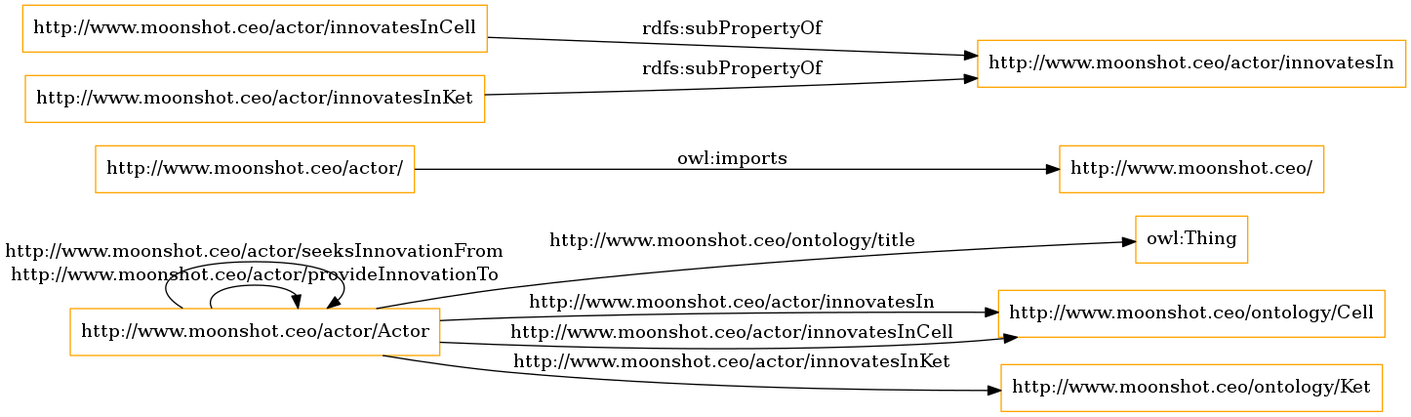
oeg-upm/IEBrain keeps this Graphviz diagram as OnToology/iebrain-actor.owl/diagrams/ar2dtool-class/iebrain-actor.owl.png. Above is the earlier version. Its source is kept beside it as OnToology/iebrain-actor.owl/diagrams/ar2dtool-class/iebrain-actor.owl.png.dot.
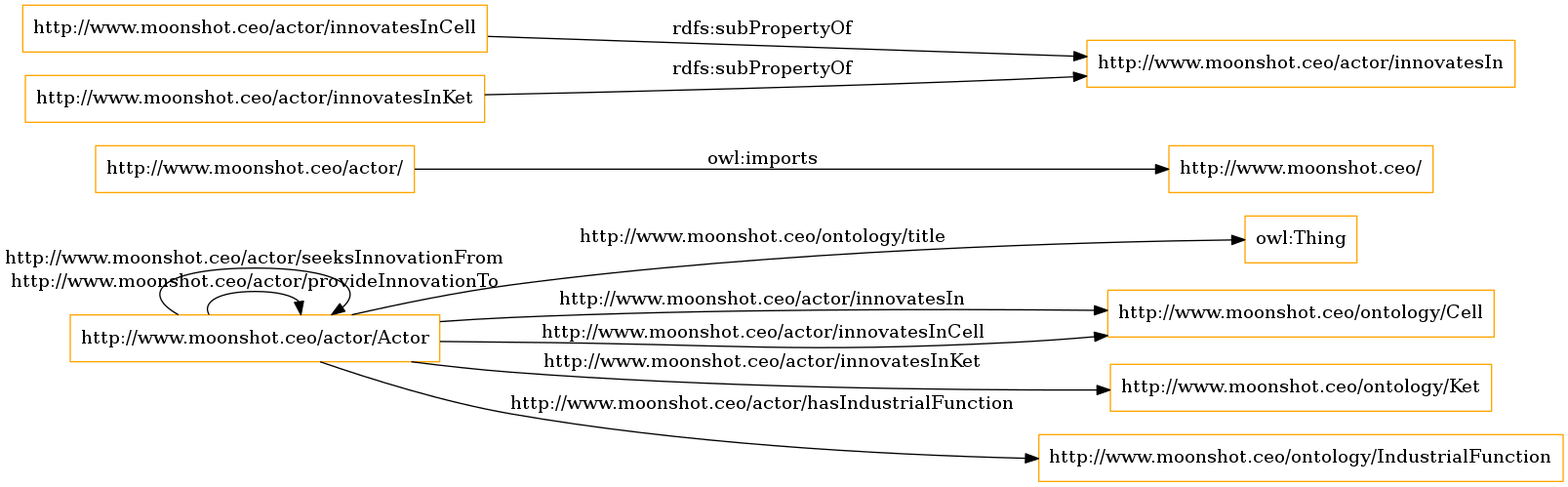
After the commit.

Diff of the diagram source:
```diff
@@ -11,5 +11,6 @@
 	"http://www.moonshot.ceo/actor/Actor" -> "http://www.moonshot.ceo/ontology/Cell" [ label = "http://www.moonshot.ceo/actor/innovatesIn" ];
 	"http://www.moonshot.ceo/actor/Actor" -> "http://www.moonshot.ceo/ontology/Ket" [ label = "http://www.moonshot.ceo/actor/innovatesInKet" ];
 	"http://www.moonshot.ceo/actor/Actor" -> "http://www.moonshot.ceo/ontology/Cell" [ label = "http://www.moonshot.ceo/actor/innovatesInCell" ];
+	"http://www.moonshot.ceo/actor/Actor" -> "http://www.moonshot.ceo/ontology/IndustrialFunction" [ label = "http://www.moonshot.ceo/actor/hasIndustrialFunction" ];
 
 }
```
